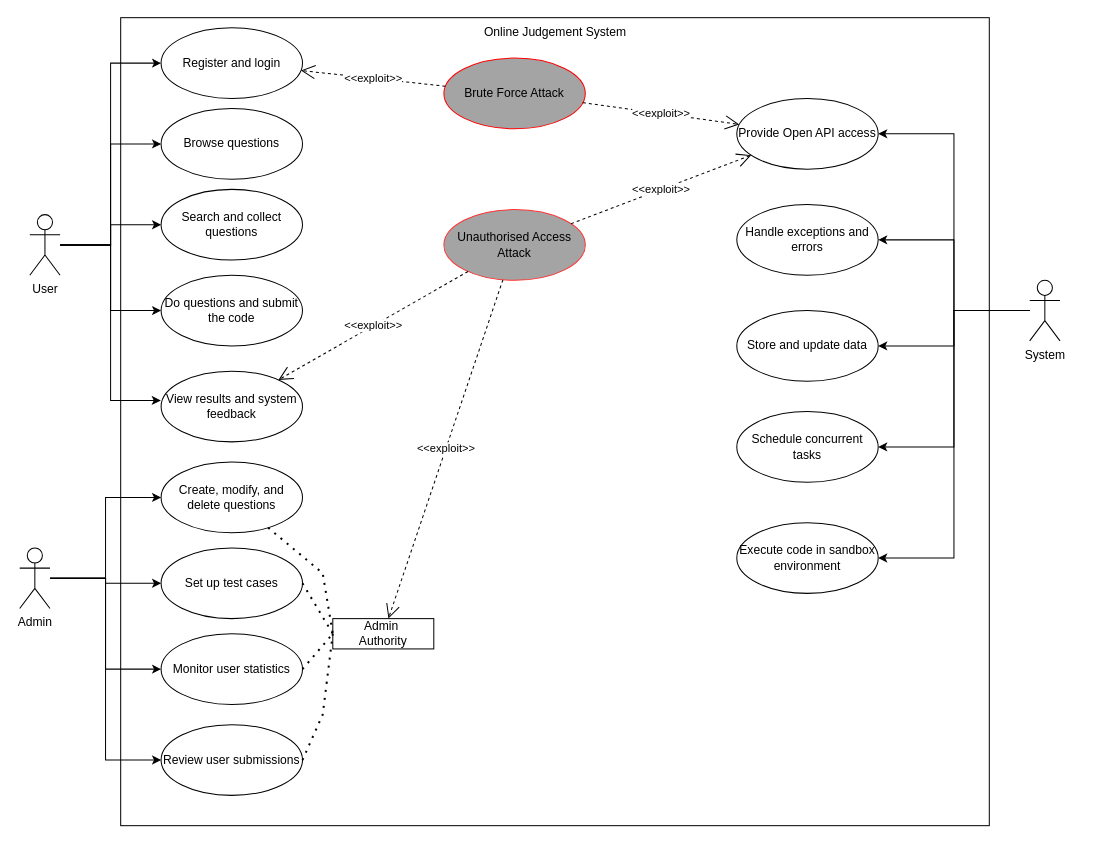
Before: 未命名绘图.drawio in paasche0906/draw.io, a draw.io diagram. Source tidied: cells renumbered, new cells numbered last; positions are measured from the earlier drawing's top-left corner, leaving out a move shared by most shapes. Both pictures are drawn from the tidied source at 101%, with x=0, y=0 at pixel (19, 17).
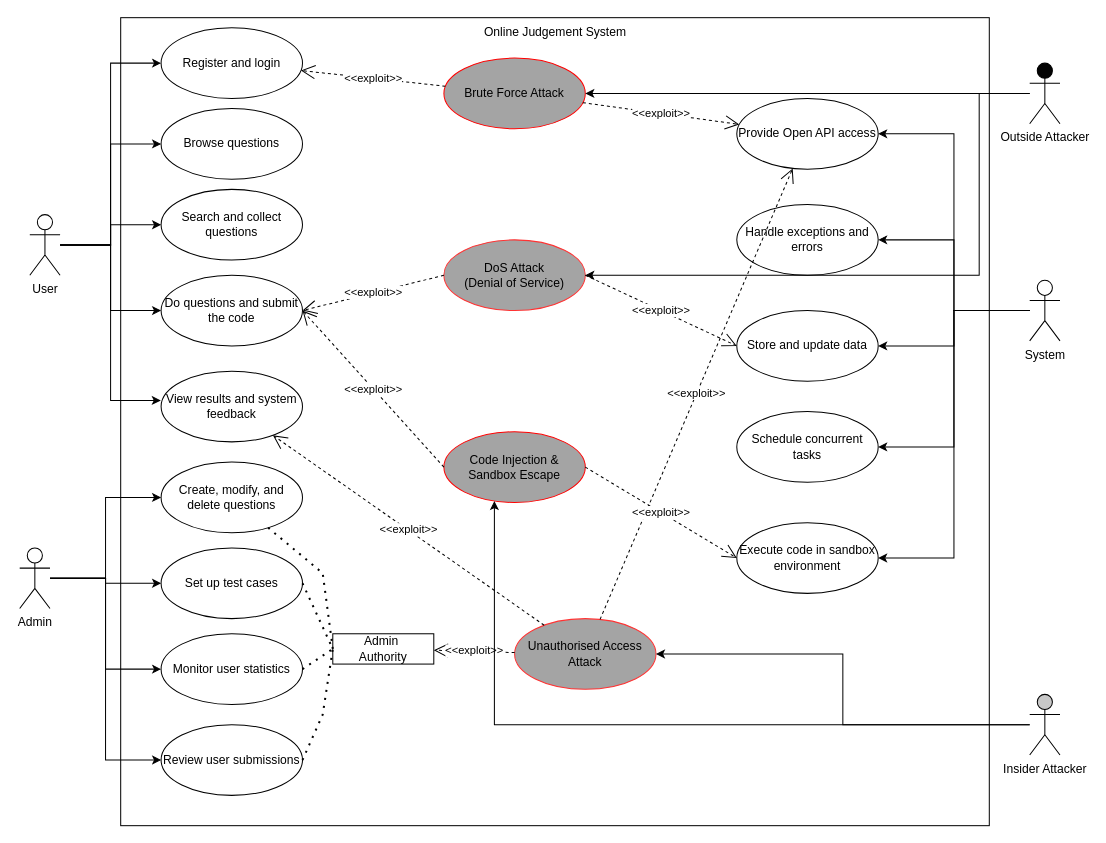
Above is the later version.

Commit message:
更新未命名绘图.drawio

Unchanged cells that the change refers to:
```xml
<mxCell id="23" value="Do questions and submit the code" style="ellipse;whiteSpace=wrap;html=1;" parent="1" vertex="1">
  <mxGeometry x="140" y="255" width="140" height="70" as="geometry" />
</mxCell>
<mxCell id="29" value="Execute code in sandbox environment" style="ellipse;whiteSpace=wrap;html=1;" parent="1" vertex="1">
  <mxGeometry x="710" y="500" width="140" height="70" as="geometry" />
</mxCell>
<mxCell id="31" value="Store and update data" style="ellipse;whiteSpace=wrap;html=1;" parent="1" vertex="1">
  <mxGeometry x="710" y="290" width="140" height="70" as="geometry" />
</mxCell>
<mxCell id="37" value="Brute Force Attack" style="ellipse;whiteSpace=wrap;html=1;fillColor=#A4A4A4;strokeColor=#FF0000;" parent="1" vertex="1">
  <mxGeometry x="420" y="40" width="140" height="70" as="geometry" />
</mxCell>
```

The edit, as a diff of the source:
```diff
@@
     <mxCell id="35" value="Unauthorised Access Attack" style="ellipse;whiteSpace=wrap;html=1;fillColor=#A4A4A4;strokeColor=#FF3333;" parent="1" vertex="1">
-      <mxGeometry x="420" y="190" width="140" height="70" as="geometry" />
+      <mxGeometry x="490" y="595" width="140" height="70" as="geometry" />
     </mxCell>
@@
     <mxCell id="41" value="Admin&amp;nbsp;&lt;div&gt;Authority&lt;/div&gt;" style="rounded=0;whiteSpace=wrap;html=1;" parent="1" vertex="1">
-      <mxGeometry x="310" y="595" width="100" height="30" as="geometry" />
+      <mxGeometry x="310" y="610" width="100" height="30" as="geometry" />
     </mxCell>
@@
+    <mxCell id="47" value="Code Injection &amp;amp;&lt;div&gt;Sandbox Escape&lt;/div&gt;" style="ellipse;whiteSpace=wrap;html=1;fillColor=#A4A4A4;strokeColor=#FF0000;" parent="1" vertex="1">
+      <mxGeometry x="420" y="410" width="140" height="70" as="geometry" />
+    </mxCell>
+    <mxCell id="48" value="&amp;lt;&amp;lt;exploit&amp;gt;&amp;gt;" style="endArrow=open;endSize=12;dashed=1;html=1;rounded=0;exitX=0;exitY=0.5;exitDx=0;exitDy=0;entryX=1;entryY=0.5;entryDx=0;entryDy=0;" parent="1" edge="1" source="47" target="23">
+      <mxGeometry relative="1" as="geometry" />
+    </mxCell>
+    <mxCell id="49" value="&amp;lt;&amp;lt;exploit&amp;gt;&amp;gt;" style="endArrow=open;endSize=12;dashed=1;html=1;rounded=0;exitX=1;exitY=0.5;exitDx=0;exitDy=0;entryX=0;entryY=0.5;entryDx=0;entryDy=0;" parent="1" edge="1" source="47" target="29">
+      <mxGeometry relative="1" as="geometry" />
+    </mxCell>
+    <mxCell id="50" value="DoS Attack&lt;div&gt;(Denial of Service)&lt;/div&gt;" style="ellipse;whiteSpace=wrap;html=1;fillColor=#A4A4A4;strokeColor=#FF3333;" parent="1" vertex="1">
+      <mxGeometry x="420" y="220" width="140" height="70" as="geometry" />
+    </mxCell>
+    <mxCell id="51" value="&amp;lt;&amp;lt;exploit&amp;gt;&amp;gt;" style="endArrow=open;endSize=12;dashed=1;html=1;rounded=0;exitX=1;exitY=0.5;exitDx=0;exitDy=0;entryX=0;entryY=0.5;entryDx=0;entryDy=0;" parent="1" edge="1" source="50" target="31">
+      <mxGeometry relative="1" as="geometry" />
+    </mxCell>
+    <mxCell id="52" value="&amp;lt;&amp;lt;exploit&amp;gt;&amp;gt;" style="endArrow=open;endSize=12;dashed=1;html=1;rounded=0;exitX=0;exitY=0.5;exitDx=0;exitDy=0;entryX=1;entryY=0.5;entryDx=0;entryDy=0;" parent="1" edge="1" source="50" target="23">
+      <mxGeometry relative="1" as="geometry" />
+    </mxCell>
+    <mxCell id="53" style="edgeStyle=orthogonalEdgeStyle;rounded=0;jettySize=auto;html=1;" parent="1" edge="1" source="55" target="47">
+      <mxGeometry relative="1" as="geometry">
+        <Array as="points">
+          <mxPoint x="470" y="700" />
+        </Array>
+      </mxGeometry>
+    </mxCell>
+    <mxCell id="54" style="edgeStyle=orthogonalEdgeStyle;rounded=0;jettySize=auto;html=1;entryX=1;entryY=0.5;entryDx=0;entryDy=0;" parent="1" edge="1" source="55" target="35">
+      <mxGeometry relative="1" as="geometry" />
+    </mxCell>
+    <mxCell id="55" value="Insider Attacker" style="shape=umlActor;verticalLabelPosition=bottom;verticalAlign=top;html=1;fillColor=#C8C8C8;" parent="1" vertex="1">
+      <mxGeometry x="1000" y="670" width="30" height="60" as="geometry" />
+    </mxCell>
+    <mxCell id="56" style="edgeStyle=orthogonalEdgeStyle;rounded=0;jettySize=auto;html=1;entryX=1;entryY=0.5;entryDx=0;entryDy=0;" parent="1" edge="1" source="58" target="37">
+      <mxGeometry relative="1" as="geometry" />
+    </mxCell>
+    <mxCell id="57" style="edgeStyle=orthogonalEdgeStyle;rounded=0;jettySize=auto;html=1;entryX=1;entryY=0.5;entryDx=0;entryDy=0;" parent="1" edge="1" source="58" target="50">
+      <mxGeometry relative="1" as="geometry">
+        <Array as="points">
+          <mxPoint x="950" y="75" />
+          <mxPoint x="950" y="255" />
+        </Array>
+      </mxGeometry>
+    </mxCell>
+    <mxCell id="58" value="Outside Attacker" style="shape=umlActor;verticalLabelPosition=bottom;verticalAlign=top;html=1;fillColor=#030303;" parent="1" vertex="1">
+      <mxGeometry x="1000" y="45" width="30" height="60" as="geometry" />
+    </mxCell>
```
